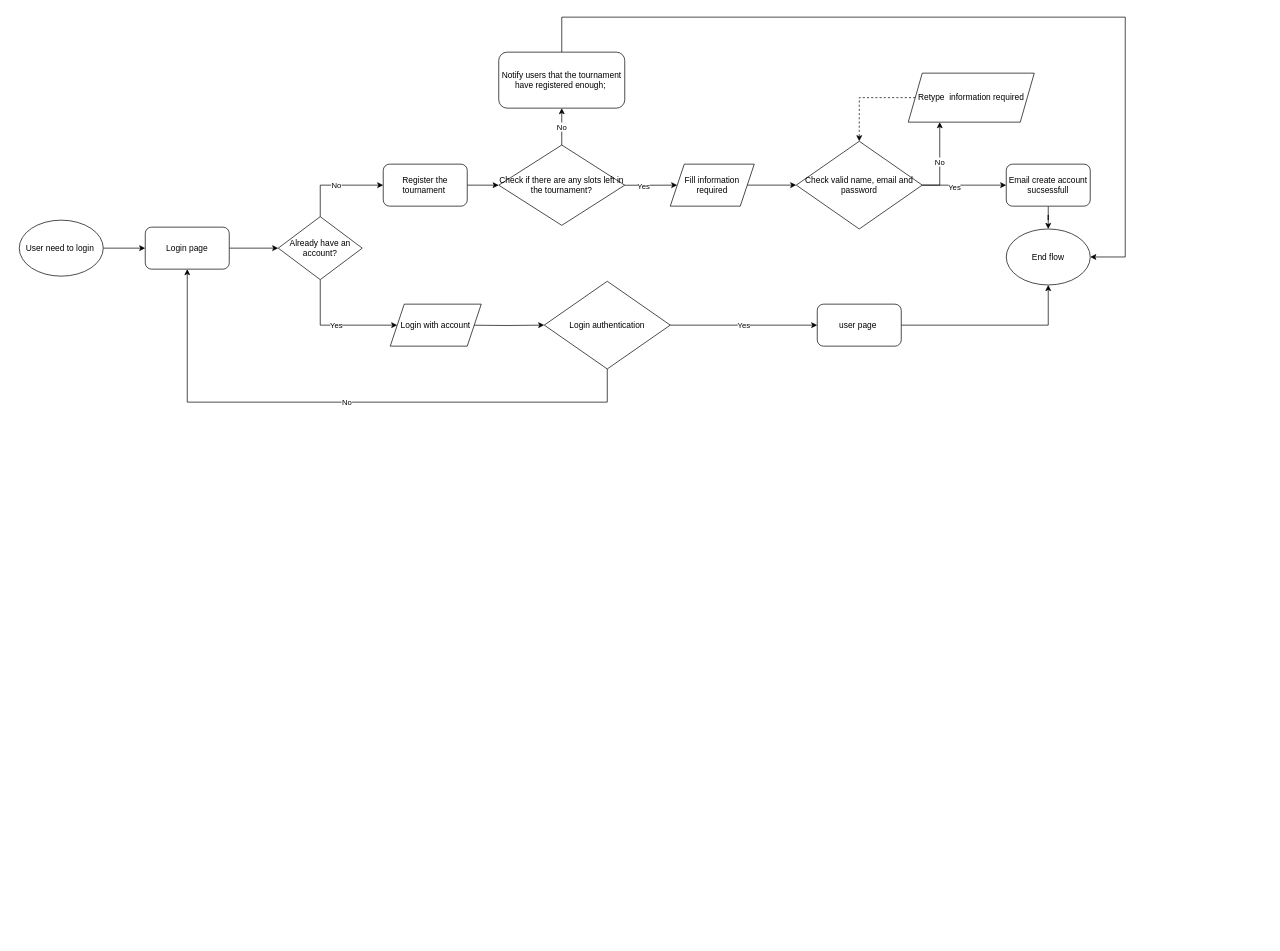
Earlier version of the draw.io diagram Do An/Báo cáo giữa kì/user login flow diagram.drawio (LapTrinhMangProject/NT106.N22.Group10). Source tidied: cells renumbered, new cells numbered last; positions are measured from the earlier drawing's top-left corner, leaving out a move shared by most shapes. Both pictures are drawn from the tidied source at 70%, with x=0, y=0 at pixel (19, 17).
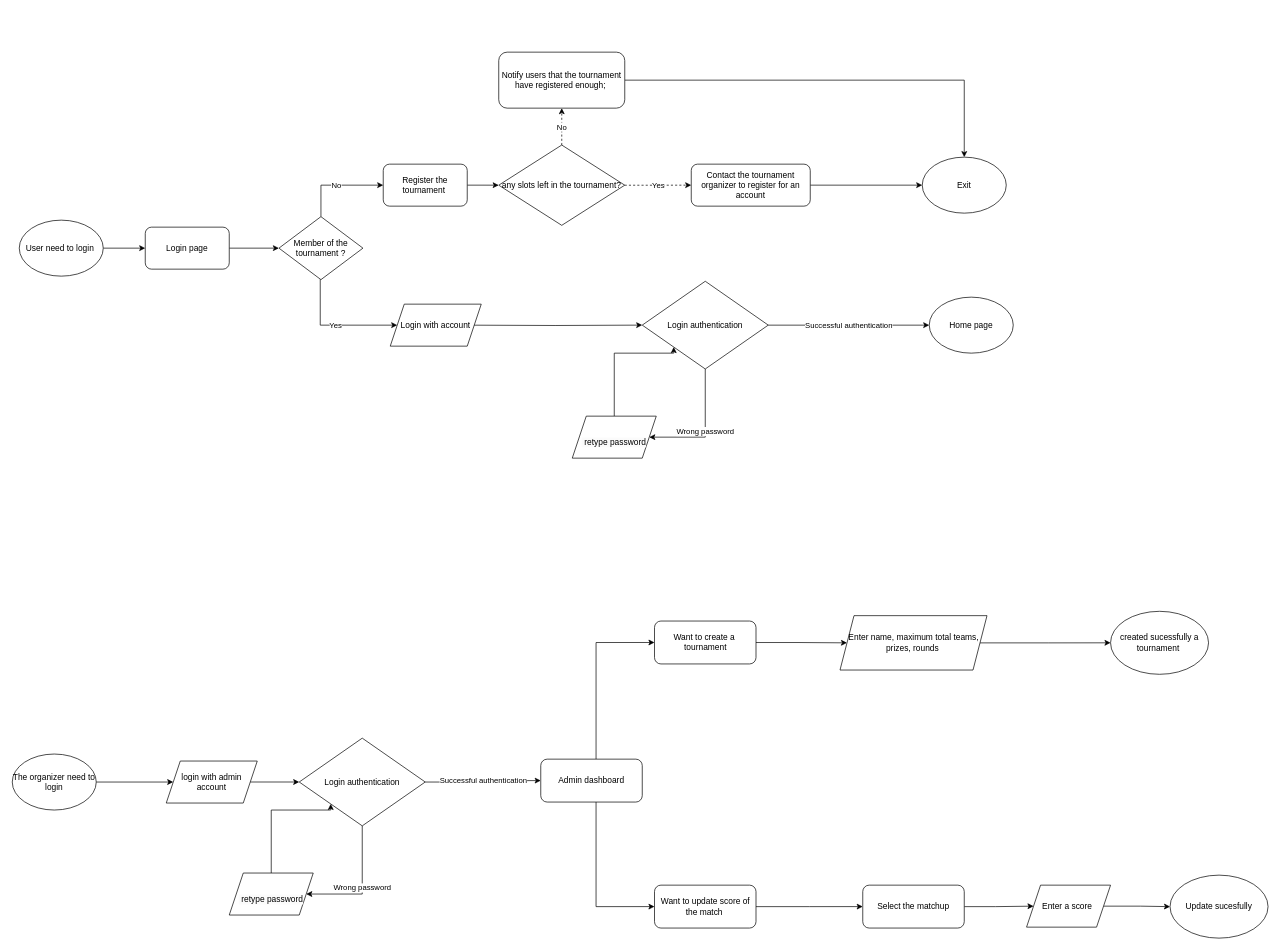
The same diagram, later.

Commit message (it also covers changes not shown here):
Đơn giản hóa user flow diagram

Unchanged cells that the change refers to:
```xml
<mxCell id="5" value="Login page" style="rounded=1;whiteSpace=wrap;html=1;" parent="1" vertex="1">
  <mxGeometry x="180" y="300" width="120" height="60" as="geometry" />
</mxCell>
<mxCell id="18" value="Notify users that the tournament have registered enough;&amp;nbsp;" style="rounded=1;whiteSpace=wrap;html=1;" parent="1" vertex="1">
  <mxGeometry x="685" y="50" width="180" height="80" as="geometry" />
</mxCell>
```

What changed in the source:
```diff
@@
-    <mxCell id="11" value="Already have an account?" style="rhombus;whiteSpace=wrap;html=1;" parent="1" vertex="1">
-      <mxGeometry x="370" y="285" width="120" height="90" as="geometry" />
+    <mxCell id="11" value="Member of the tournament ?" style="rhombus;whiteSpace=wrap;html=1;" parent="1" vertex="1">
+      <mxGeometry x="371" y="285" width="120" height="90" as="geometry" />
     </mxCell>
-    <mxCell id="12" value="End flow" style="ellipse;whiteSpace=wrap;html=1;" parent="1" vertex="1">
-      <mxGeometry x="1410" y="302.6" width="120" height="80" as="geometry" />
+    <mxCell id="12" value="Home page" style="ellipse;whiteSpace=wrap;html=1;" parent="1" vertex="1">
+      <mxGeometry x="1300" y="400" width="120" height="80" as="geometry" />
     </mxCell>
-    <mxCell id="13" value="No" style="edgeStyle=orthogonalEdgeStyle;rounded=0;jettySize=auto;html=1;exitX=0.5;exitY=0;exitDx=0;exitDy=0;entryX=0.5;entryY=1;entryDx=0;entryDy=0;" parent="1" edge="1" source="16" target="18">
+    <mxCell id="13" value="No" style="edgeStyle=orthogonalEdgeStyle;rounded=0;jettySize=auto;html=1;exitX=0.5;exitY=0;exitDx=0;exitDy=0;entryX=0.5;entryY=1;entryDx=0;entryDy=0;dashed=1;" parent="1" edge="1" source="16" target="18">
       <mxGeometry relative="1" as="geometry" />
     </mxCell>
-    <mxCell id="14" style="edgeStyle=orthogonalEdgeStyle;rounded=0;jettySize=auto;html=1;entryX=0;entryY=0.5;entryDx=0;entryDy=0;" parent="1" edge="1" source="16" target="24">
-      <mxGeometry relative="1" as="geometry" />
-    </mxCell>
-    <mxCell id="15" value="Yes" style="edgeLabel;html=1;align=center;verticalAlign=middle;" parent="14" vertex="1">
-      <mxGeometry x="-0.27" y="-1" relative="1" as="geometry" />
-    </mxCell>
+    <mxCell id="35" value="Yes" style="edgeStyle=orthogonalEdgeStyle;rounded=0;jettySize=auto;html=1;entryX=0;entryY=0.5;entryDx=0;entryDy=0;dashed=1;" parent="1" edge="1" source="16" target="39">
+      <mxGeometry relative="1" as="geometry" />
+    </mxCell>
-    <mxCell id="16" value="Check if there are any slots left in the tournament?" style="rhombus;whiteSpace=wrap;html=1;" parent="1" vertex="1">
+    <mxCell id="16" value="any slots left in the tournament?" style="rhombus;whiteSpace=wrap;html=1;" parent="1" vertex="1">
       <mxGeometry x="685" y="182.7" width="180" height="114.7" as="geometry" />
     </mxCell>
-    <mxCell id="17" style="edgeStyle=orthogonalEdgeStyle;rounded=0;jettySize=auto;html=1;entryX=1;entryY=0.5;entryDx=0;entryDy=0;" parent="1" edge="1" source="18" target="12">
-      <mxGeometry relative="1" as="geometry">
-        <Array as="points">
-          <mxPoint x="775" />
-          <mxPoint x="1580" />
-          <mxPoint x="1580" y="343" />
-        </Array>
-      </mxGeometry>
-    </mxCell>
+    <mxCell id="36" style="edgeStyle=orthogonalEdgeStyle;rounded=0;jettySize=auto;html=1;entryX=0.5;entryY=0;entryDx=0;entryDy=0;" parent="1" edge="1" source="18" target="42">
+      <mxGeometry relative="1" as="geometry" />
+    </mxCell>
@@
-    <mxCell id="19" style="edgeStyle=orthogonalEdgeStyle;rounded=0;jettySize=auto;html=1;entryX=0;entryY=0.5;entryDx=0;entryDy=0;" parent="1" edge="1" source="22" target="28">
-      <mxGeometry relative="1" as="geometry" />
-    </mxCell>
-    <mxCell id="20" value="Yes" style="edgeLabel;html=1;align=center;verticalAlign=middle;" parent="19" vertex="1">
-      <mxGeometry x="-0.25" y="-3" relative="1" as="geometry">
-        <mxPoint x="1" as="offset" />
-      </mxGeometry>
-    </mxCell>
-    <mxCell id="21" value="No" style="edgeStyle=orthogonalEdgeStyle;rounded=0;jettySize=auto;html=1;exitX=1;exitY=0.5;exitDx=0;exitDy=0;entryX=0.25;entryY=1;entryDx=0;entryDy=0;" parent="1" edge="1" source="22" target="26">
-      <mxGeometry relative="1" as="geometry" />
-    </mxCell>
-    <mxCell id="22" value="Check valid name, email and password" style="rhombus;whiteSpace=wrap;html=1;" parent="1" vertex="1">
-      <mxGeometry x="1110" y="177.3" width="180" height="125.3" as="geometry" />
-    </mxCell>
-    <mxCell id="23" style="edgeStyle=orthogonalEdgeStyle;rounded=0;jettySize=auto;html=1;entryX=0;entryY=0.5;entryDx=0;entryDy=0;" parent="1" edge="1" source="24" target="22">
-      <mxGeometry relative="1" as="geometry" />
-    </mxCell>
-    <mxCell id="24" value="Fill information required" style="shape=parallelogram;perimeter=parallelogramPerimeter;whiteSpace=wrap;html=1;fixedSize=1;" parent="1" vertex="1">
-      <mxGeometry x="930" y="210" width="120" height="60" as="geometry" />
-    </mxCell>
-    <mxCell id="25" style="edgeStyle=orthogonalEdgeStyle;rounded=0;jettySize=auto;html=1;entryX=0.5;entryY=0;entryDx=0;entryDy=0;dashed=1;" parent="1" edge="1" source="26" target="22">
-      <mxGeometry relative="1" as="geometry">
-        <Array as="points">
-          <mxPoint x="1200" y="115" />
-        </Array>
-      </mxGeometry>
-    </mxCell>
-    <mxCell id="26" value="Retype&amp;nbsp; information required" style="shape=parallelogram;perimeter=parallelogramPerimeter;whiteSpace=wrap;html=1;fixedSize=1;" parent="1" vertex="1">
-      <mxGeometry x="1270" y="80" width="180" height="70" as="geometry" />
-    </mxCell>
-    <mxCell id="27" style="edgeStyle=orthogonalEdgeStyle;rounded=0;jettySize=auto;html=1;" parent="1" edge="1" source="28" target="12">
-      <mxGeometry relative="1" as="geometry" />
-    </mxCell>
-    <mxCell id="28" value="Email create account sucsessfull" style="rounded=1;whiteSpace=wrap;html=1;" parent="1" vertex="1">
-      <mxGeometry x="1410" y="210" width="120" height="60" as="geometry" />
-    </mxCell>
-    <mxCell id="29" value="No" style="edgeStyle=orthogonalEdgeStyle;rounded=0;jettySize=auto;html=1;entryX=0.5;entryY=1;entryDx=0;entryDy=0;exitX=0.5;exitY=1;exitDx=0;exitDy=0;" parent="1" edge="1" source="31" target="5">
-      <mxGeometry relative="1" as="geometry">
-        <Array as="points">
-          <mxPoint x="840" y="550" />
-          <mxPoint x="240" y="550" />
-        </Array>
-      </mxGeometry>
-    </mxCell>
-    <mxCell id="30" value="Yes" style="edgeStyle=orthogonalEdgeStyle;rounded=0;jettySize=auto;html=1;entryX=0;entryY=0.5;entryDx=0;entryDy=0;" parent="1" edge="1" source="31" target="34">
-      <mxGeometry relative="1" as="geometry" />
+    <mxCell id="30" value="Successful authentication" style="edgeStyle=orthogonalEdgeStyle;rounded=0;jettySize=auto;html=1;entryX=0;entryY=0.5;entryDx=0;entryDy=0;" parent="1" edge="1" source="31" target="12">
+      <mxGeometry relative="1" as="geometry">
+        <Array as="points">
+          <mxPoint x="1290" y="440" />
+          <mxPoint x="1290" y="440" />
+        </Array>
+      </mxGeometry>
     </mxCell>
+    <mxCell id="37" value="Wrong password" style="edgeStyle=orthogonalEdgeStyle;rounded=0;jettySize=auto;html=1;entryX=1;entryY=0.5;entryDx=0;entryDy=0;" parent="1" edge="1" source="31" target="41">
+      <mxGeometry relative="1" as="geometry">
+        <Array as="points">
+          <mxPoint x="980" y="600" />
+        </Array>
+      </mxGeometry>
+    </mxCell>
     <mxCell id="31" value="Login authentication" style="rhombus;whiteSpace=wrap;html=1;" parent="1" vertex="1">
-      <mxGeometry x="750" y="377.3" width="180" height="125.3" as="geometry" />
+      <mxGeometry x="890" y="377.3" width="180" height="125.3" as="geometry" />
     </mxCell>
@@
-    <mxCell id="33" style="edgeStyle=orthogonalEdgeStyle;rounded=0;jettySize=auto;html=1;entryX=0.5;entryY=1;entryDx=0;entryDy=0;" parent="1" edge="1" source="34" target="12">
-      <mxGeometry relative="1" as="geometry" />
-    </mxCell>
-    <mxCell id="34" value="user page&amp;nbsp;" style="rounded=1;whiteSpace=wrap;html=1;" parent="1" vertex="1">
-      <mxGeometry x="1140" y="410" width="120" height="60" as="geometry" />
-    </mxCell>
+    <mxCell id="38" style="edgeStyle=orthogonalEdgeStyle;rounded=0;jettySize=auto;html=1;entryX=0;entryY=0.5;entryDx=0;entryDy=0;" parent="1" edge="1" source="39" target="42">
+      <mxGeometry relative="1" as="geometry" />
+    </mxCell>
+    <mxCell id="39" value="Contact the tournament organizer to register for an account" style="rounded=1;whiteSpace=wrap;html=1;" parent="1" vertex="1">
+      <mxGeometry x="960" y="210" width="170" height="60" as="geometry" />
+    </mxCell>
+    <mxCell id="40" style="edgeStyle=orthogonalEdgeStyle;rounded=0;jettySize=auto;html=1;entryX=0;entryY=1;entryDx=0;entryDy=0;" parent="1" edge="1" source="41" target="31">
+      <mxGeometry relative="1" as="geometry">
+        <Array as="points">
+          <mxPoint x="850" y="480" />
+          <mxPoint x="935" y="480" />
+        </Array>
+      </mxGeometry>
+    </mxCell>
+    <mxCell id="41" value="&lt;br&gt;&lt;span style=&quot;color: rgb(0, 0, 0); font-family: Helvetica; font-size: 12px; font-style: normal; font-variant-ligatures: normal; font-variant-caps: normal; font-weight: 400; letter-spacing: normal; orphans: 2; text-align: center; text-indent: 0px; text-transform: none; widows: 2; word-spacing: 0px; -webkit-text-stroke-width: 0px; background-color: rgb(251, 251, 251); text-decoration-thickness: initial; text-decoration-style: initial; text-decoration-color: initial; float: none; display: inline !important;&quot;&gt;&amp;nbsp;retype password&lt;/span&gt;&lt;br&gt;" style="shape=parallelogram;perimeter=parallelogramPerimeter;whiteSpace=wrap;html=1;fixedSize=1;" parent="1" vertex="1">
+      <mxGeometry x="790" y="570" width="120" height="60" as="geometry" />
+    </mxCell>
+    <mxCell id="42" value="Exit" style="ellipse;whiteSpace=wrap;html=1;" parent="1" vertex="1">
+      <mxGeometry x="1290" y="200" width="120" height="80" as="geometry" />
+    </mxCell>
+    <mxCell id="43" style="edgeStyle=orthogonalEdgeStyle;rounded=0;jettySize=auto;html=1;entryX=0;entryY=0.5;entryDx=0;entryDy=0;" parent="1" edge="1" source="44" target="51">
+      <mxGeometry relative="1" as="geometry" />
+    </mxCell>
+    <mxCell id="44" value="The organizer need to login" style="ellipse;whiteSpace=wrap;html=1;" parent="1" vertex="1">
+      <mxGeometry x="-10" y="1052.7" width="120" height="80" as="geometry" />
+    </mxCell>
+    <mxCell id="45" value="Successful authentication" style="edgeStyle=orthogonalEdgeStyle;rounded=0;jettySize=auto;html=1;entryX=0;entryY=0.5;entryDx=0;entryDy=0;" parent="1" edge="1" source="47" target="54">
+      <mxGeometry relative="1" as="geometry" />
+    </mxCell>
+    <mxCell id="46" value="Wrong password" style="edgeStyle=orthogonalEdgeStyle;rounded=0;jettySize=auto;html=1;entryX=1;entryY=0.5;entryDx=0;entryDy=0;" parent="1" edge="1" source="47" target="49">
+      <mxGeometry relative="1" as="geometry">
+        <Array as="points">
+          <mxPoint x="490" y="1252.7" />
+        </Array>
+      </mxGeometry>
+    </mxCell>
+    <mxCell id="47" value="Login authentication" style="rhombus;whiteSpace=wrap;html=1;" parent="1" vertex="1">
+      <mxGeometry x="400" y="1030" width="180" height="125.3" as="geometry" />
+    </mxCell>
+    <mxCell id="48" style="edgeStyle=orthogonalEdgeStyle;rounded=0;jettySize=auto;html=1;entryX=0;entryY=1;entryDx=0;entryDy=0;" parent="1" edge="1" source="49" target="47">
+      <mxGeometry relative="1" as="geometry">
+        <Array as="points">
+          <mxPoint x="360" y="1132.7" />
+          <mxPoint x="445" y="1132.7" />
+        </Array>
+      </mxGeometry>
+    </mxCell>
+    <mxCell id="49" value="&lt;br&gt;&lt;span style=&quot;color: rgb(0, 0, 0); font-family: Helvetica; font-size: 12px; font-style: normal; font-variant-ligatures: normal; font-variant-caps: normal; font-weight: 400; letter-spacing: normal; orphans: 2; text-align: center; text-indent: 0px; text-transform: none; widows: 2; word-spacing: 0px; -webkit-text-stroke-width: 0px; background-color: rgb(251, 251, 251); text-decoration-thickness: initial; text-decoration-style: initial; text-decoration-color: initial; float: none; display: inline !important;&quot;&gt;&amp;nbsp;retype password&lt;/span&gt;&lt;br&gt;" style="shape=parallelogram;perimeter=parallelogramPerimeter;whiteSpace=wrap;html=1;fixedSize=1;" parent="1" vertex="1">
+      <mxGeometry x="300" y="1222.7" width="120" height="60" as="geometry" />
+    </mxCell>
+    <mxCell id="50" style="edgeStyle=orthogonalEdgeStyle;rounded=0;jettySize=auto;html=1;entryX=0;entryY=0.5;entryDx=0;entryDy=0;" parent="1" edge="1" source="51" target="47">
+      <mxGeometry relative="1" as="geometry" />
+    </mxCell>
+    <mxCell id="51" value="login with admin account" style="shape=parallelogram;perimeter=parallelogramPerimeter;whiteSpace=wrap;html=1;fixedSize=1;" parent="1" vertex="1">
+      <mxGeometry x="210" y="1062.7" width="130" height="60" as="geometry" />
+    </mxCell>
+    <mxCell id="52" style="edgeStyle=orthogonalEdgeStyle;rounded=0;jettySize=auto;html=1;entryX=0;entryY=0.5;entryDx=0;entryDy=0;" parent="1" edge="1" source="54" target="61">
+      <mxGeometry relative="1" as="geometry">
+        <Array as="points">
+          <mxPoint x="824" y="1271" />
+        </Array>
+      </mxGeometry>
+    </mxCell>
+    <mxCell id="53" style="edgeStyle=orthogonalEdgeStyle;rounded=0;jettySize=auto;html=1;entryX=0;entryY=0.5;entryDx=0;entryDy=0;" parent="1" edge="1" source="54" target="59">
+      <mxGeometry relative="1" as="geometry">
+        <Array as="points">
+          <mxPoint x="824" y="893" />
+        </Array>
+      </mxGeometry>
+    </mxCell>
+    <mxCell id="54" value="Admin dashboard" style="rounded=1;whiteSpace=wrap;html=1;" parent="1" vertex="1">
+      <mxGeometry x="745" y="1060" width="145" height="61.3" as="geometry" />
+    </mxCell>
+    <mxCell id="55" style="edgeStyle=orthogonalEdgeStyle;rounded=0;jettySize=auto;html=1;entryX=0;entryY=0.5;entryDx=0;entryDy=0;" parent="1" edge="1" source="56" target="57">
+      <mxGeometry relative="1" as="geometry" />
+    </mxCell>
+    <mxCell id="56" value="Enter name, maximum total teams, prizes, rounds&amp;nbsp;" style="shape=parallelogram;perimeter=parallelogramPerimeter;whiteSpace=wrap;html=1;fixedSize=1;" parent="1" vertex="1">
+      <mxGeometry x="1172.5" y="855" width="210" height="77.7" as="geometry" />
+    </mxCell>
+    <mxCell id="57" value="created sucessfully a tournament&amp;nbsp;" style="ellipse;whiteSpace=wrap;html=1;" parent="1" vertex="1">
+      <mxGeometry x="1559" y="848.8" width="140" height="90" as="geometry" />
+    </mxCell>
+    <mxCell id="58" style="edgeStyle=orthogonalEdgeStyle;rounded=0;jettySize=auto;html=1;entryX=0;entryY=0.5;entryDx=0;entryDy=0;" parent="1" edge="1" source="59" target="56">
+      <mxGeometry relative="1" as="geometry" />
+    </mxCell>
+    <mxCell id="59" value="Want to create a&amp;nbsp; tournament" style="rounded=1;whiteSpace=wrap;html=1;" parent="1" vertex="1">
+      <mxGeometry x="907.5" y="862.7" width="145" height="61.3" as="geometry" />
+    </mxCell>
+    <mxCell id="60" style="edgeStyle=orthogonalEdgeStyle;rounded=0;jettySize=auto;html=1;entryX=0;entryY=0.5;entryDx=0;entryDy=0;" parent="1" edge="1" source="61" target="63">
+      <mxGeometry relative="1" as="geometry" />
+    </mxCell>
+    <mxCell id="61" value="Want to update score of the match&amp;nbsp;" style="rounded=1;whiteSpace=wrap;html=1;" parent="1" vertex="1">
+      <mxGeometry x="907.5" y="1240" width="145" height="61.3" as="geometry" />
+    </mxCell>
+    <mxCell id="62" style="edgeStyle=orthogonalEdgeStyle;rounded=0;jettySize=auto;html=1;entryX=0;entryY=0.5;entryDx=0;entryDy=0;" parent="1" edge="1" source="63" target="65">
+      <mxGeometry relative="1" as="geometry" />
+    </mxCell>
+    <mxCell id="63" value="Select the matchup" style="rounded=1;whiteSpace=wrap;html=1;" parent="1" vertex="1">
+      <mxGeometry x="1205" y="1240" width="145" height="61.3" as="geometry" />
+    </mxCell>
+    <mxCell id="64" style="edgeStyle=orthogonalEdgeStyle;rounded=0;jettySize=auto;html=1;" parent="1" edge="1" source="65" target="66">
+      <mxGeometry relative="1" as="geometry" />
+    </mxCell>
+    <mxCell id="65" value="Enter a score&amp;nbsp;" style="shape=parallelogram;perimeter=parallelogramPerimeter;whiteSpace=wrap;html=1;fixedSize=1;" parent="1" vertex="1">
+      <mxGeometry x="1439" y="1240" width="120" height="60" as="geometry" />
+    </mxCell>
+    <mxCell id="66" value="Update sucesfully" style="ellipse;whiteSpace=wrap;html=1;" parent="1" vertex="1">
+      <mxGeometry x="1644" y="1225.7" width="140" height="90" as="geometry" />
+    </mxCell>
```
